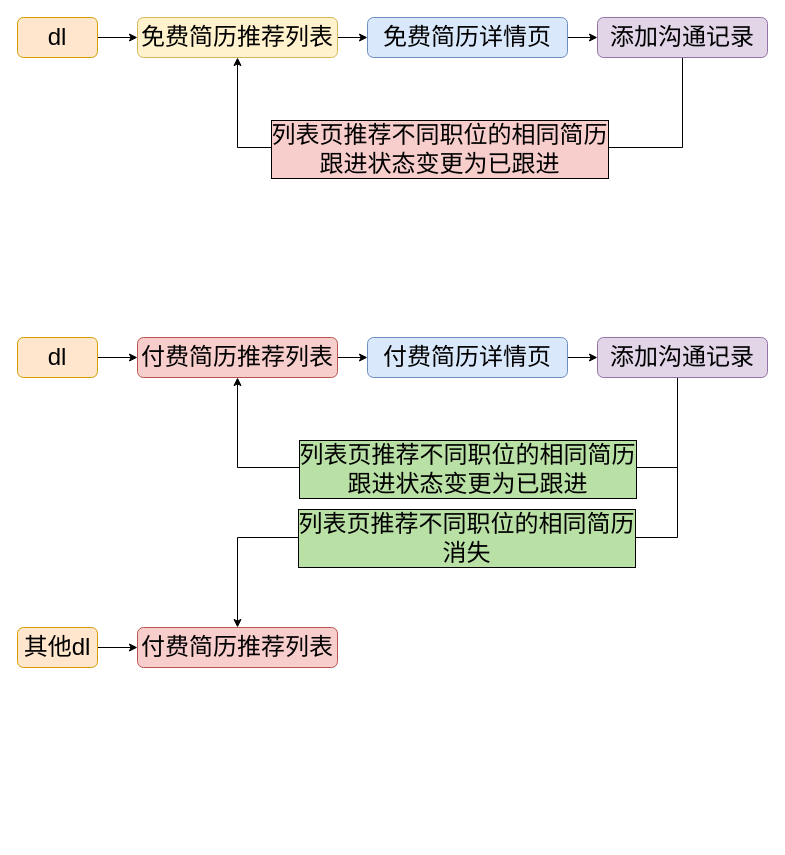
Earlier version of the draw.io diagram 邀约管理优化策略迭代.drawio (LuOyEbY/draw-b). Source tidied: cells renumbered, new cells numbered last; positions are measured from the earlier drawing's top-left corner, leaving out a move shared by most shapes. Both pictures are drawn from the tidied source at 100%, with x=0, y=0 at pixel (17, 17).
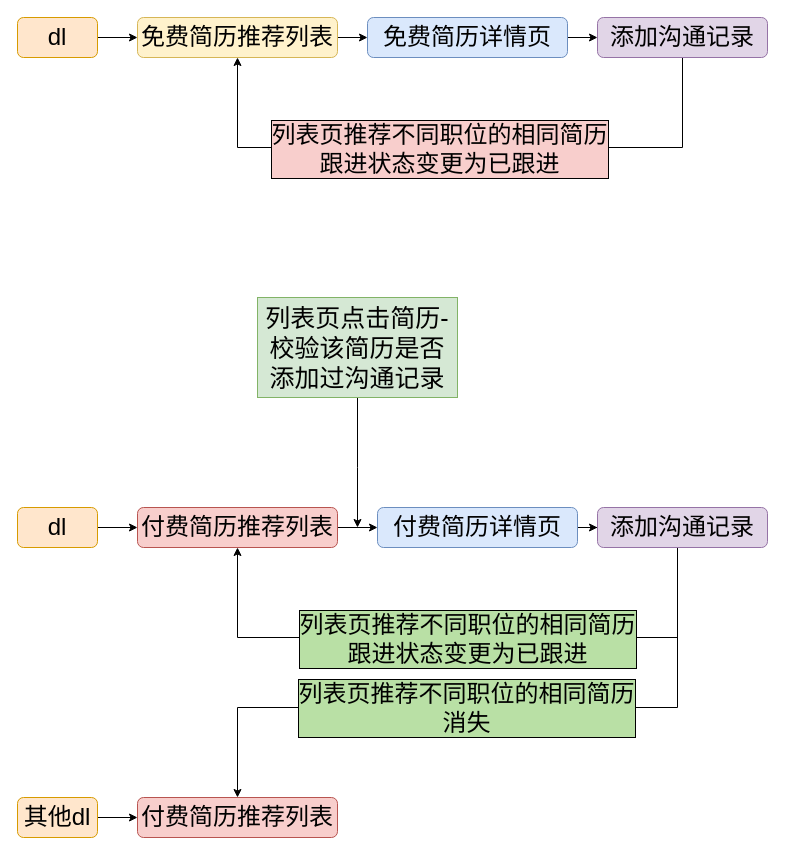
After the change.

Commit message (it also covers changes not shown here):
更新邀约管理优化策略迭代.drawio

Diff of the diagram source:
```diff
@@
     <mxCell id="12" value="dl" style="rounded=1;whiteSpace=wrap;html=1;fontSize=24;fillColor=#ffe6cc;strokeColor=#d79b00;" parent="1" vertex="1">
-      <mxGeometry y="320" width="80" height="40" as="geometry" />
+      <mxGeometry y="490" width="80" height="40" as="geometry" />
     </mxCell>
@@
     <mxCell id="14" value="付费简历推荐列表" style="rounded=1;whiteSpace=wrap;html=1;fontSize=24;fillColor=#f8cecc;strokeColor=#b85450;" parent="1" vertex="1">
-      <mxGeometry x="120" y="320" width="200" height="40" as="geometry" />
+      <mxGeometry x="120" y="490" width="200" height="40" as="geometry" />
     </mxCell>
@@
     <mxCell id="16" value="付费简历详情页" style="rounded=1;whiteSpace=wrap;html=1;fontSize=24;fillColor=#dae8fc;strokeColor=#6c8ebf;" parent="1" vertex="1">
-      <mxGeometry x="350" y="320" width="200" height="40" as="geometry" />
+      <mxGeometry x="360" y="490" width="200" height="40" as="geometry" />
     </mxCell>
     <mxCell id="17" style="edgeStyle=orthogonalEdgeStyle;rounded=0;jettySize=auto;html=1;entryX=0.5;entryY=1;entryDx=0;entryDy=0;fontSize=24;" parent="1" edge="1" source="21" target="14">
       <mxGeometry relative="1" as="geometry">
         <Array as="points">
-          <mxPoint x="660" y="450" />
-          <mxPoint x="220" y="450" />
+          <mxPoint x="660" y="620" />
+          <mxPoint x="220" y="620" />
         </Array>
       </mxGeometry>
     </mxCell>
@@
     <mxCell id="19" style="edgeStyle=orthogonalEdgeStyle;rounded=0;jettySize=auto;html=1;fontSize=24;entryX=0.5;entryY=0;entryDx=0;entryDy=0;" parent="1" edge="1" target="24">
       <mxGeometry relative="1" as="geometry">
-        <mxPoint x="710" y="360" as="sourcePoint" />
+        <mxPoint x="710" y="530" as="sourcePoint" />
         <Array as="points">
-          <mxPoint x="660" y="360" />
-          <mxPoint x="660" y="520" />
-          <mxPoint x="220" y="520" />
+          <mxPoint x="660" y="530" />
+          <mxPoint x="660" y="690" />
+          <mxPoint x="220" y="690" />
         </Array>
       </mxGeometry>
     </mxCell>
@@
     <mxCell id="21" value="添加沟通记录" style="rounded=1;whiteSpace=wrap;html=1;fontSize=24;fillColor=#e1d5e7;strokeColor=#9673a6;" parent="1" vertex="1">
-      <mxGeometry x="580" y="320" width="170" height="40" as="geometry" />
+      <mxGeometry x="580" y="490" width="170" height="40" as="geometry" />
     </mxCell>
@@
     <mxCell id="23" value="其他dl" style="rounded=1;whiteSpace=wrap;html=1;fontSize=24;fillColor=#ffe6cc;strokeColor=#d79b00;" parent="1" vertex="1">
-      <mxGeometry y="610" width="80" height="40" as="geometry" />
+      <mxGeometry y="780" width="80" height="40" as="geometry" />
     </mxCell>
     <mxCell id="24" value="付费简历推荐列表" style="rounded=1;whiteSpace=wrap;html=1;fontSize=24;fillColor=#f8cecc;strokeColor=#b85450;" parent="1" vertex="1">
-      <mxGeometry x="120" y="610" width="200" height="40" as="geometry" />
+      <mxGeometry x="120" y="780" width="200" height="40" as="geometry" />
     </mxCell>
+    <mxCell id="25" style="edgeStyle=orthogonalEdgeStyle;rounded=0;jettySize=auto;html=1;fontSize=25;" parent="1" edge="1" source="26">
+      <mxGeometry relative="1" as="geometry">
+        <mxPoint x="340" y="510" as="targetPoint" />
+        <Array as="points">
+          <mxPoint x="340" y="450" />
+          <mxPoint x="340" y="450" />
+        </Array>
+      </mxGeometry>
+    </mxCell>
+    <mxCell id="26" value="列表页点击简历-校验该简历是否添加过沟通记录" style="rounded=0;whiteSpace=wrap;html=1;labelBackgroundColor=#D5E8D4;labelBorderColor=none;fontSize=25;fillColor=#d5e8d4;strokeColor=#82b366;" parent="1" vertex="1">
+      <mxGeometry x="240" y="280" width="200" height="100" as="geometry" />
+    </mxCell>
```
